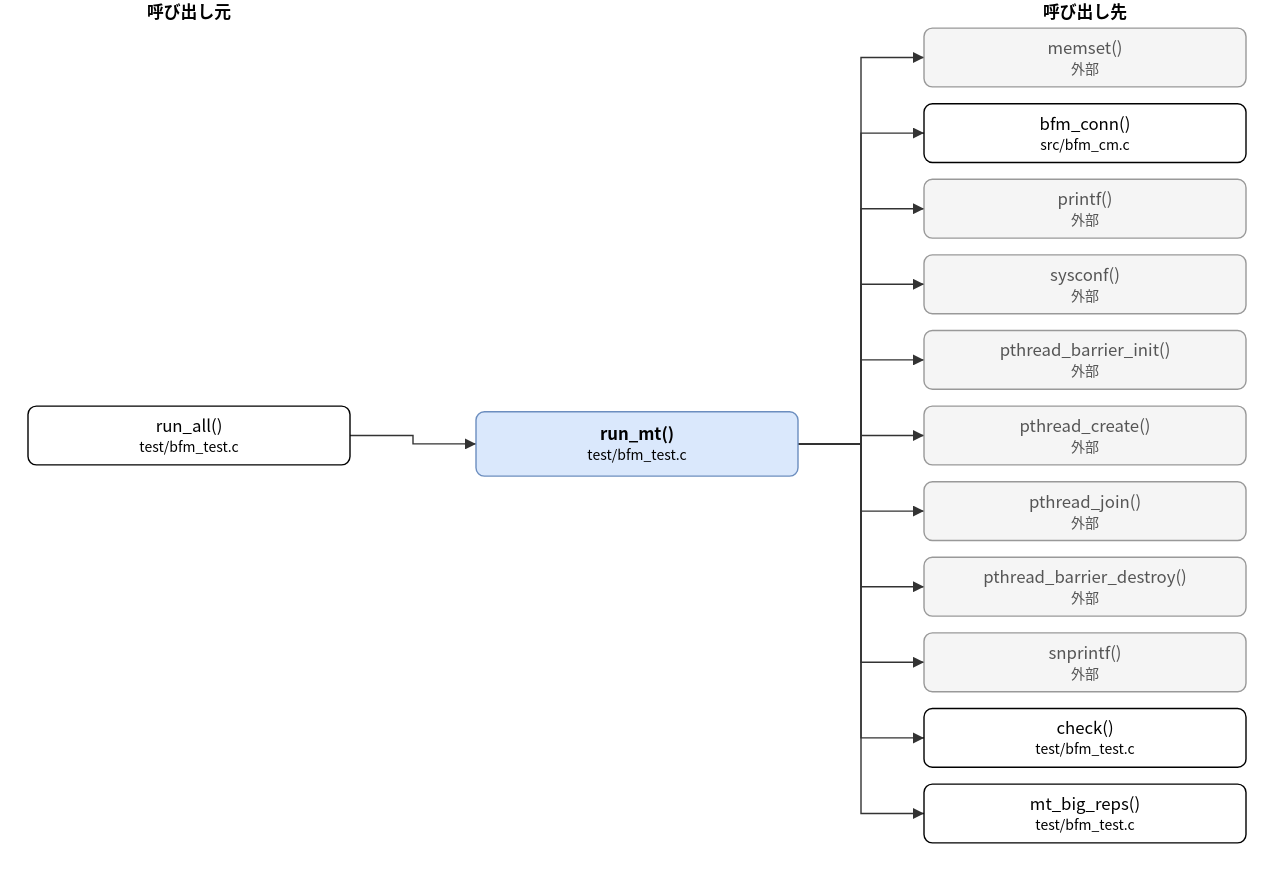
This is doc/spec/images/call_test_bfm_test-run_mt.drawio.svg from hf355051012-ai/bfmem, a draw.io export, as it was before one commit. Source tidied: cells renumbered, new cells last; positions are measured from the earlier drawing's top-left corner, leaving out a move shared by most shapes.
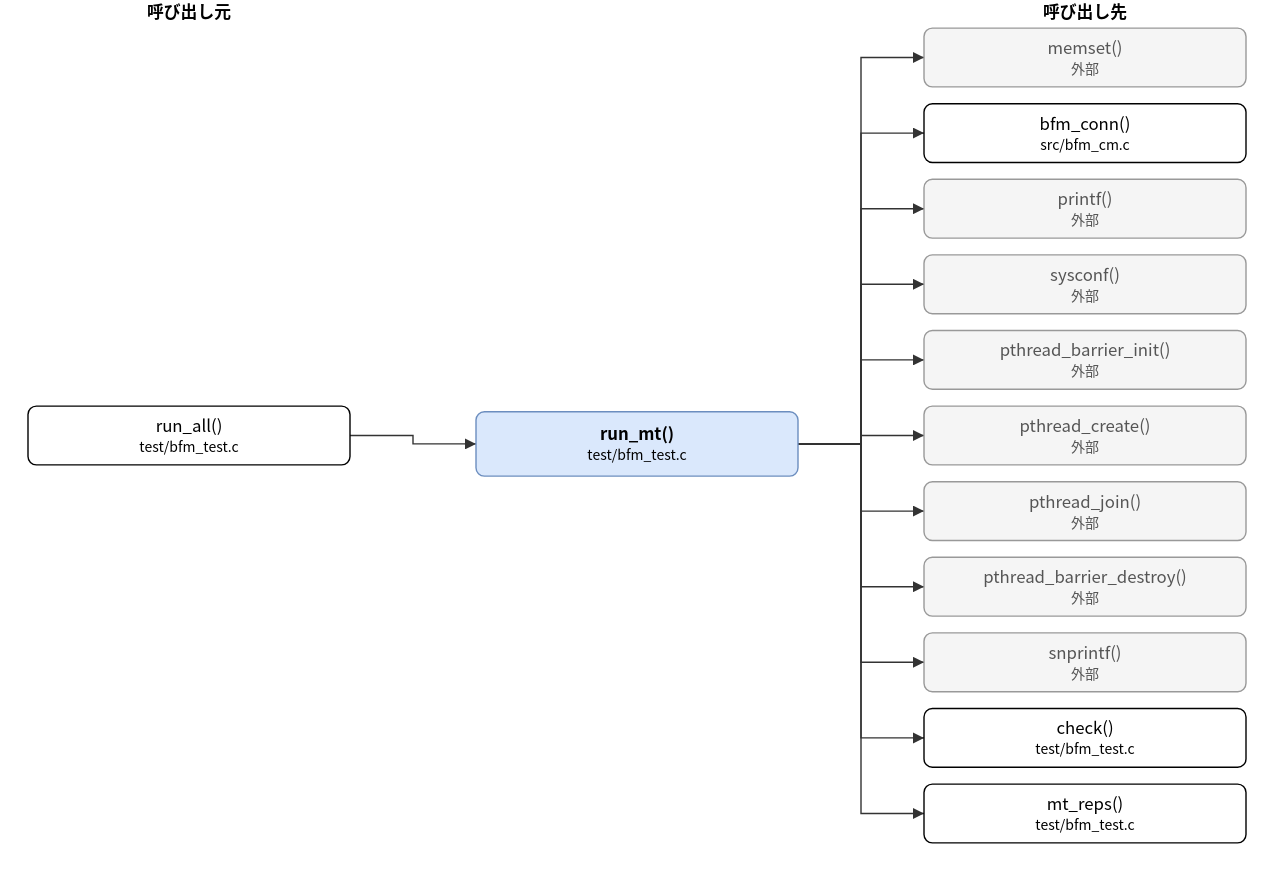
After the change.

Diff of the diagram source:
```diff
@@ -38,7 +38,7 @@
     <mxCell id="13" value="check()&lt;br&gt;&lt;font style=&quot;font-size:10px&quot;&gt;test/bfm_test.c&lt;/font&gt;" style="rounded=1;whiteSpace=wrap;html=1;" parent="1" vertex="1">
       <mxGeometry x="640" y="506" width="230" height="42" as="geometry" />
     </mxCell>
-    <mxCell id="14" value="mt_big_reps()&lt;br&gt;&lt;font style=&quot;font-size:10px&quot;&gt;test/bfm_test.c&lt;/font&gt;" style="rounded=1;whiteSpace=wrap;html=1;" parent="1" vertex="1">
+    <mxCell id="14" value="mt_reps()&lt;br&gt;&lt;font style=&quot;font-size:10px&quot;&gt;test/bfm_test.c&lt;/font&gt;" style="rounded=1;whiteSpace=wrap;html=1;" parent="1" vertex="1">
       <mxGeometry x="640" y="560" width="230" height="42" as="geometry" />
     </mxCell>
     <mxCell id="15" style="edgeStyle=none;html=1;rounded=0;endArrow=block;endFill=1;exitX=1.0000;exitY=0.5000;exitDx=0;exitDy=0;exitPerimeter=0;entryX=0.0000;entryY=0.5000;entryDx=0;entryDy=0;entryPerimeter=0;" parent="1" edge="1" source="3" target="2">
```
